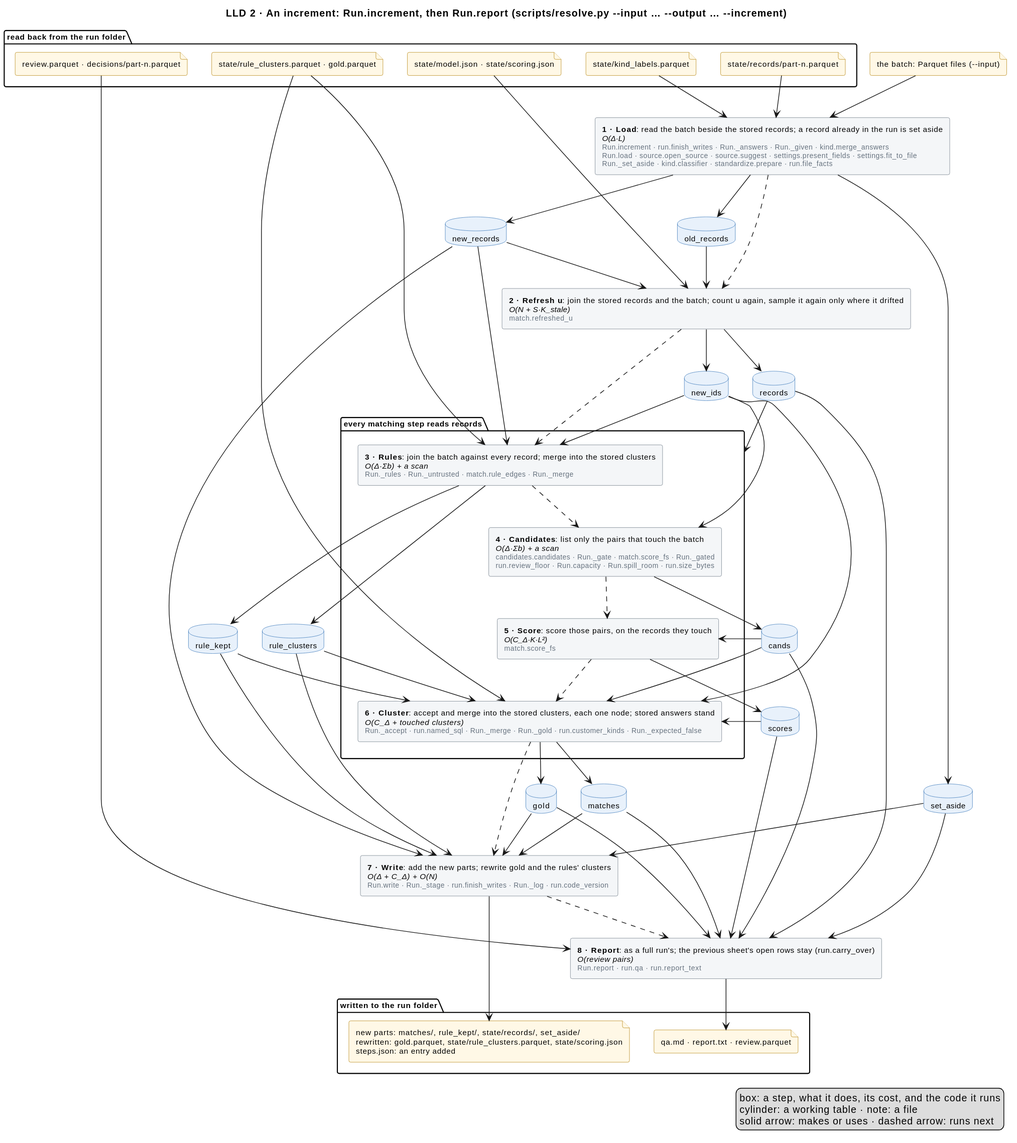
mvsbm/entity_matching keeps this PlantUML diagram as docs/diagrams/increment.svg. Above is the earlier version.
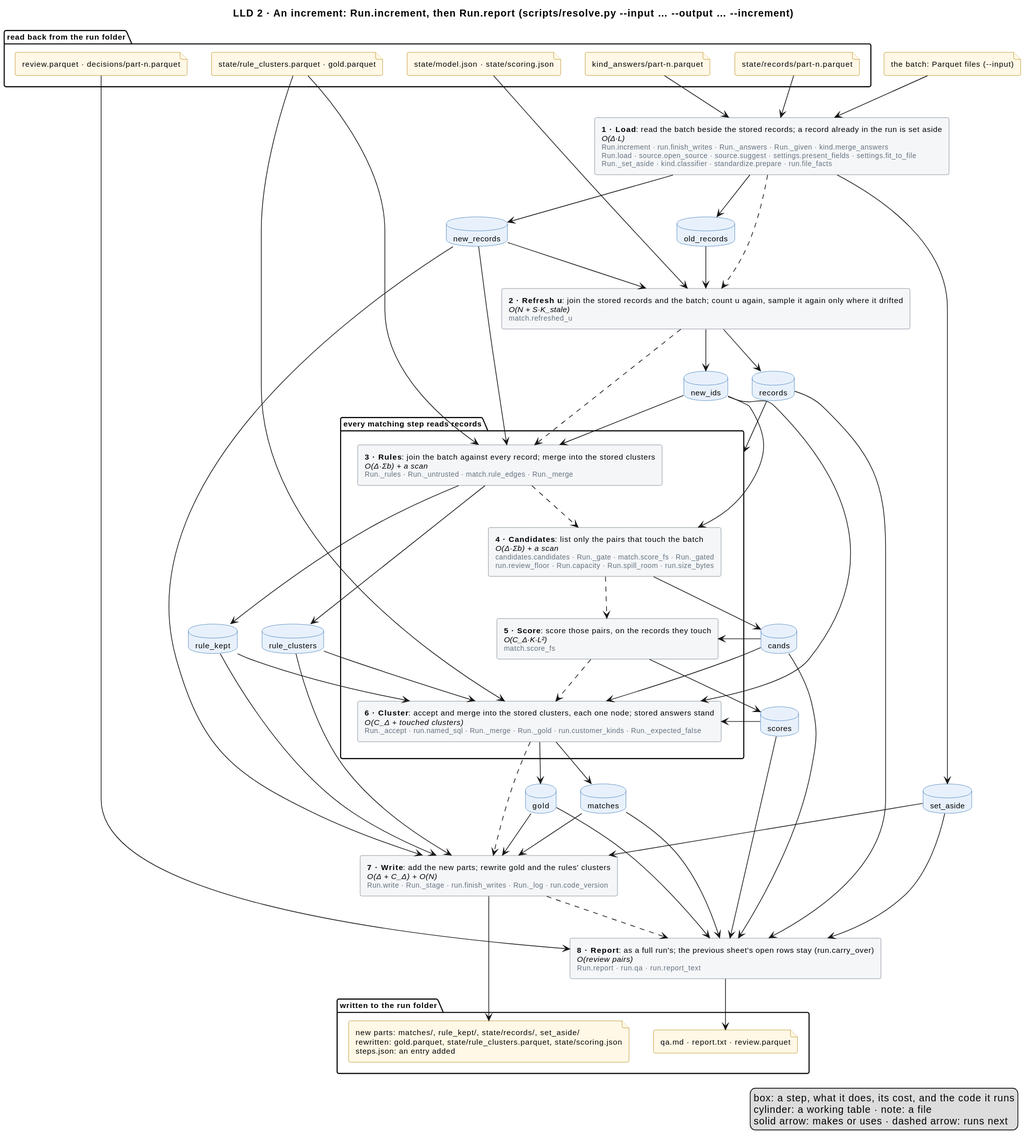
Later version of the same file.

Diff of the diagram source:
```diff
@@ -18,7 +18,7 @@
   file "state/model.json · state/scoring.json" as f_model
   file "state/records/part-n.parquet" as f_records
   file "state/rule_clusters.parquet · gold.parquet" as f_clusters
-  file "state/kind_labels.parquet" as f_answers
+  file "kind_answers/part-n.parquet" as f_answers
   file "review.parquet · decisions/part-n.parquet" as f_sheet
 }
 file "the batch: Parquet files (~--input)" as f_batch
```
